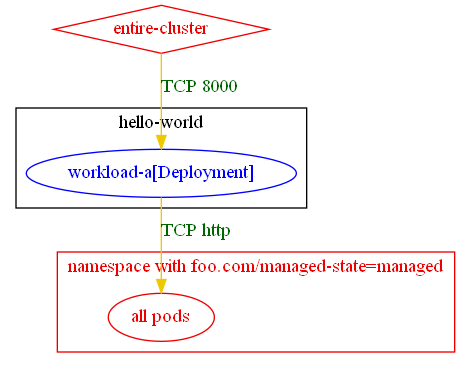
This is test_outputs/connlist/exposure_test_egress_exposure_with_named_port_connlist_output.dot.png from np-guard/netpol-analyzer, a Graphviz export, as it was before one commit. Its source is kept beside it as test_outputs/connlist/exposure_test_egress_exposure_with_named_port_connlist_output.dot.
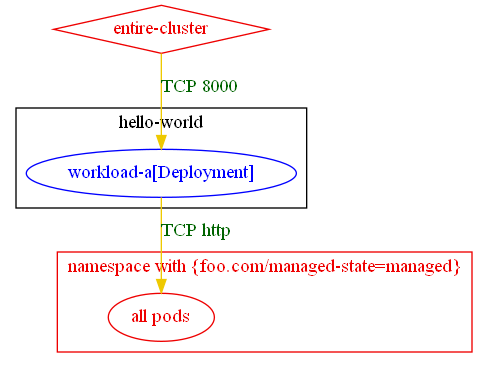
After the change.

What changed in the source:
```diff
@@ -5,13 +5,13 @@
 		"hello-world/workload-a[Deployment]" [label="workload-a[Deployment]" color="blue" fontcolor="blue"]
 		label="hello-world"
 	}
-	subgraph "cluster_namespace with foo.com/managed_state=managed" {
+	subgraph "cluster_namespace with {foo.com/managed_state=managed}" {
 		color="red2"
 		fontcolor="red2"
-		"all pods_in_foo.com/managed-state=managed" [label="all pods" color="red2" fontcolor="red2"]
-		label="namespace with foo.com/managed-state=managed"
+		"all pods_in_namespace with {foo.com/managed-state=managed}" [label="all pods" color="red2" fontcolor="red2"]
+		label="namespace with {foo.com/managed-state=managed}"
 	}
 	"entire-cluster" [label="entire-cluster" color="red2" fontcolor="red2" shape=diamond]
 	"entire-cluster" -> "hello-world/workload-a[Deployment]" [label="TCP 8000" color="gold2" fontcolor="darkgreen"]
-	"hello-world/workload-a[Deployment]" -> "all pods_in_foo.com/managed-state=managed" [label="TCP http" color="gold2" fontcolor="darkgreen"]
+	"hello-world/workload-a[Deployment]" -> "all pods_in_namespace with {foo.com/managed-state=managed}" [label="TCP http" color="gold2" fontcolor="darkgreen"]
 }
```
